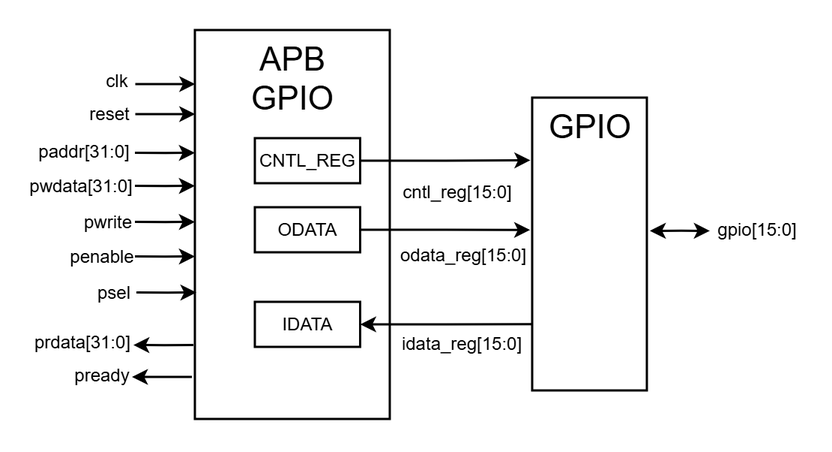
This is images/apb_gpio.png from taeseong-dev/apb-bus-peripherals, a draw.io export, as it was before one commit. Source tidied: cells renumbered, new cells last; positions are measured from the earlier drawing's top-left corner, leaving out a move shared by most shapes. The source it was exported from:
```xml
<mxGraphModel>
  <root>
    <mxCell id="0" />
    <mxCell id="1" parent="0" />
    <mxCell id="2" value="APB&lt;div&gt;GPIO&lt;/div&gt;" style="rounded=0;whiteSpace=wrap;html=1;fontSize=22;strokeWidth=1.5;verticalAlign=top;" parent="1" vertex="1">
      <mxGeometry x="91" width="130" height="259" as="geometry" />
    </mxCell>
    <mxCell id="3" style="edgeStyle=orthogonalEdgeStyle;rounded=0;orthogonalLoop=1;jettySize=auto;html=1;startArrow=none;startFill=0;strokeWidth=1.5;" parent="1" edge="1">
      <mxGeometry relative="1" as="geometry">
        <mxPoint x="51.2" y="36" as="sourcePoint" />
        <mxPoint x="91.2" y="36" as="targetPoint" />
      </mxGeometry>
    </mxCell>
    <mxCell id="4" style="edgeStyle=orthogonalEdgeStyle;rounded=0;orthogonalLoop=1;jettySize=auto;html=1;startArrow=none;startFill=0;strokeWidth=1.5;" parent="1" edge="1">
      <mxGeometry relative="1" as="geometry">
        <mxPoint x="51.2" y="56" as="sourcePoint" />
        <mxPoint x="91.2" y="56" as="targetPoint" />
      </mxGeometry>
    </mxCell>
    <mxCell id="5" value="clk" style="text;html=1;whiteSpace=wrap;strokeColor=none;fillColor=none;align=center;verticalAlign=middle;rounded=0;" parent="1" vertex="1">
      <mxGeometry x="24.2" y="19" width="30" height="30" as="geometry" />
    </mxCell>
    <mxCell id="6" value="reset" style="text;html=1;whiteSpace=wrap;strokeColor=none;fillColor=none;align=center;verticalAlign=middle;rounded=0;" parent="1" vertex="1">
      <mxGeometry x="19.2" y="41" width="30" height="30" as="geometry" />
    </mxCell>
    <mxCell id="7" value="paddr[31:0]" style="text;html=1;whiteSpace=wrap;strokeColor=none;fillColor=none;align=center;verticalAlign=middle;rounded=0;" parent="1" vertex="1">
      <mxGeometry x="2.2" y="66" width="30" height="30" as="geometry" />
    </mxCell>
    <mxCell id="8" value="pwdata[31:0]" style="text;html=1;whiteSpace=wrap;strokeColor=none;fillColor=none;align=center;verticalAlign=middle;rounded=0;" parent="1" vertex="1">
      <mxGeometry x="0.2" y="89" width="30" height="30" as="geometry" />
    </mxCell>
    <mxCell id="9" value="pwrite" style="text;html=1;whiteSpace=wrap;strokeColor=none;fillColor=none;align=center;verticalAlign=middle;rounded=0;" parent="1" vertex="1">
      <mxGeometry x="17.5" y="113" width="30" height="30" as="geometry" />
    </mxCell>
    <mxCell id="10" value="penable" style="text;html=1;whiteSpace=wrap;strokeColor=none;fillColor=none;align=center;verticalAlign=middle;rounded=0;" parent="1" vertex="1">
      <mxGeometry x="13.5" y="136" width="30" height="30" as="geometry" />
    </mxCell>
    <mxCell id="11" value="psel" style="text;html=1;whiteSpace=wrap;strokeColor=none;fillColor=none;align=center;verticalAlign=middle;rounded=0;" parent="1" vertex="1">
      <mxGeometry x="22" y="160" width="30" height="30" as="geometry" />
    </mxCell>
    <mxCell id="12" style="edgeStyle=orthogonalEdgeStyle;rounded=0;orthogonalLoop=1;jettySize=auto;html=1;startArrow=classic;startFill=1;strokeWidth=1.5;endArrow=none;endFill=0;" parent="1" edge="1">
      <mxGeometry relative="1" as="geometry">
        <mxPoint x="49" y="231" as="sourcePoint" />
        <mxPoint x="89" y="231" as="targetPoint" />
      </mxGeometry>
    </mxCell>
    <mxCell id="13" value="pready" style="text;html=1;whiteSpace=wrap;strokeColor=none;fillColor=none;align=center;verticalAlign=middle;rounded=0;" parent="1" vertex="1">
      <mxGeometry x="14.2" y="215" width="30" height="30" as="geometry" />
    </mxCell>
    <mxCell id="14" value="prdata[31:0]" style="text;html=1;whiteSpace=wrap;strokeColor=none;fillColor=none;align=center;verticalAlign=middle;rounded=0;" parent="1" vertex="1">
      <mxGeometry x="1.2" y="193" width="30" height="30" as="geometry" />
    </mxCell>
    <mxCell id="15" value="GPIO" style="rounded=0;whiteSpace=wrap;html=1;fontSize=22;strokeWidth=1.5;verticalAlign=top;" parent="1" vertex="1">
      <mxGeometry x="316" y="45" width="76.5" height="195" as="geometry" />
    </mxCell>
    <mxCell id="16" style="edgeStyle=orthogonalEdgeStyle;rounded=0;orthogonalLoop=1;jettySize=auto;html=1;startArrow=none;startFill=0;strokeWidth=1.5;" parent="1" edge="1">
      <mxGeometry relative="1" as="geometry">
        <mxPoint x="51" y="81.8" as="sourcePoint" />
        <mxPoint x="91" y="81.8" as="targetPoint" />
      </mxGeometry>
    </mxCell>
    <mxCell id="17" style="edgeStyle=orthogonalEdgeStyle;rounded=0;orthogonalLoop=1;jettySize=auto;html=1;startArrow=none;startFill=0;strokeWidth=1.5;" parent="1" edge="1">
      <mxGeometry relative="1" as="geometry">
        <mxPoint x="51" y="103.8" as="sourcePoint" />
        <mxPoint x="91" y="103.8" as="targetPoint" />
      </mxGeometry>
    </mxCell>
    <mxCell id="18" style="edgeStyle=orthogonalEdgeStyle;rounded=0;orthogonalLoop=1;jettySize=auto;html=1;startArrow=none;startFill=0;strokeWidth=1.5;" parent="1" edge="1">
      <mxGeometry relative="1" as="geometry">
        <mxPoint x="51" y="127.8" as="sourcePoint" />
        <mxPoint x="91" y="127.8" as="targetPoint" />
      </mxGeometry>
    </mxCell>
    <mxCell id="19" style="edgeStyle=orthogonalEdgeStyle;rounded=0;orthogonalLoop=1;jettySize=auto;html=1;startArrow=none;startFill=0;strokeWidth=1.5;" parent="1" edge="1">
      <mxGeometry relative="1" as="geometry">
        <mxPoint x="51" y="150.8" as="sourcePoint" />
        <mxPoint x="91" y="150.8" as="targetPoint" />
      </mxGeometry>
    </mxCell>
    <mxCell id="20" style="edgeStyle=orthogonalEdgeStyle;rounded=0;orthogonalLoop=1;jettySize=auto;html=1;startArrow=none;startFill=0;strokeWidth=1.5;" parent="1" edge="1">
      <mxGeometry relative="1" as="geometry">
        <mxPoint x="52" y="174.8" as="sourcePoint" />
        <mxPoint x="92" y="174.8" as="targetPoint" />
      </mxGeometry>
    </mxCell>
    <mxCell id="21" style="edgeStyle=orthogonalEdgeStyle;rounded=0;orthogonalLoop=1;jettySize=auto;html=1;startArrow=classic;startFill=1;strokeWidth=1.5;endArrow=none;endFill=0;" parent="1" edge="1">
      <mxGeometry relative="1" as="geometry">
        <mxPoint x="50" y="209.8" as="sourcePoint" />
        <mxPoint x="90" y="209.8" as="targetPoint" />
      </mxGeometry>
    </mxCell>
    <mxCell id="22" style="edgeStyle=orthogonalEdgeStyle;rounded=0;jettySize=auto;html=1;startArrow=none;startFill=0;strokeWidth=1.5;exitX=1;exitY=0.5;exitDx=0;exitDy=0;entryX=-0.016;entryY=0.214;entryDx=0;entryDy=0;entryPerimeter=0;" parent="1" edge="1" source="25" target="15">
      <mxGeometry relative="1" as="geometry" />
    </mxCell>
    <mxCell id="23" style="edgeStyle=orthogonalEdgeStyle;rounded=0;jettySize=auto;html=1;startArrow=none;startFill=0;strokeWidth=1.5;exitX=1;exitY=0.5;exitDx=0;exitDy=0;entryX=-0.018;entryY=0.452;entryDx=0;entryDy=0;entryPerimeter=0;" parent="1" edge="1" source="26" target="15">
      <mxGeometry relative="1" as="geometry" />
    </mxCell>
    <mxCell id="24" style="edgeStyle=orthogonalEdgeStyle;rounded=0;jettySize=auto;html=1;startArrow=classic;startFill=1;strokeWidth=1.5;endArrow=none;endFill=0;exitX=1;exitY=0.5;exitDx=0;exitDy=0;entryX=-0.003;entryY=0.774;entryDx=0;entryDy=0;entryPerimeter=0;" parent="1" edge="1" source="27" target="15">
      <mxGeometry relative="1" as="geometry" />
    </mxCell>
    <mxCell id="25" value="CNTL_REG" style="rounded=0;whiteSpace=wrap;html=1;strokeWidth=1.5;" parent="1" vertex="1">
      <mxGeometry x="131" y="72" width="70.2" height="30" as="geometry" />
    </mxCell>
    <mxCell id="26" value="ODATA" style="rounded=0;whiteSpace=wrap;html=1;strokeWidth=1.5;" parent="1" vertex="1">
      <mxGeometry x="131" y="118" width="70.2" height="30" as="geometry" />
    </mxCell>
    <mxCell id="27" value="IDATA" style="rounded=0;whiteSpace=wrap;html=1;strokeWidth=1.5;" parent="1" vertex="1">
      <mxGeometry x="131" y="181" width="70.2" height="30" as="geometry" />
    </mxCell>
    <mxCell id="28" style="edgeStyle=orthogonalEdgeStyle;rounded=0;orthogonalLoop=1;jettySize=auto;html=1;startArrow=classic;startFill=1;strokeWidth=1.5;endArrow=classic;endFill=1;exitX=1;exitY=0.5;exitDx=0;exitDy=0;" parent="1" edge="1">
      <mxGeometry relative="1" as="geometry">
        <mxPoint x="394.5" y="133.7" as="sourcePoint" />
        <mxPoint x="434.5" y="133.7" as="targetPoint" />
      </mxGeometry>
    </mxCell>
    <mxCell id="29" value="gpio[15:0]" style="text;html=1;whiteSpace=wrap;strokeColor=none;fillColor=none;align=center;verticalAlign=middle;rounded=0;" parent="1" vertex="1">
      <mxGeometry x="435.5" y="118" width="60" height="30" as="geometry" />
    </mxCell>
    <mxCell id="30" value="cntl_reg[15:0]" style="text;html=1;whiteSpace=wrap;strokeColor=none;fillColor=none;align=center;verticalAlign=middle;rounded=0;" parent="1" vertex="1">
      <mxGeometry x="236.2" y="99" width="60" height="17" as="geometry" />
    </mxCell>
    <mxCell id="31" value="odata_reg[15:0]" style="text;html=1;whiteSpace=wrap;strokeColor=none;fillColor=none;align=center;verticalAlign=middle;rounded=0;" parent="1" vertex="1">
      <mxGeometry x="240" y="139" width="60" height="21.5" as="geometry" />
    </mxCell>
    <mxCell id="32" value="idata_reg[15:0]" style="text;html=1;whiteSpace=wrap;strokeColor=none;fillColor=none;align=center;verticalAlign=middle;rounded=0;" parent="1" vertex="1">
      <mxGeometry x="238.5" y="194" width="60" height="30" as="geometry" />
    </mxCell>
  </root>
</mxGraphModel>
```
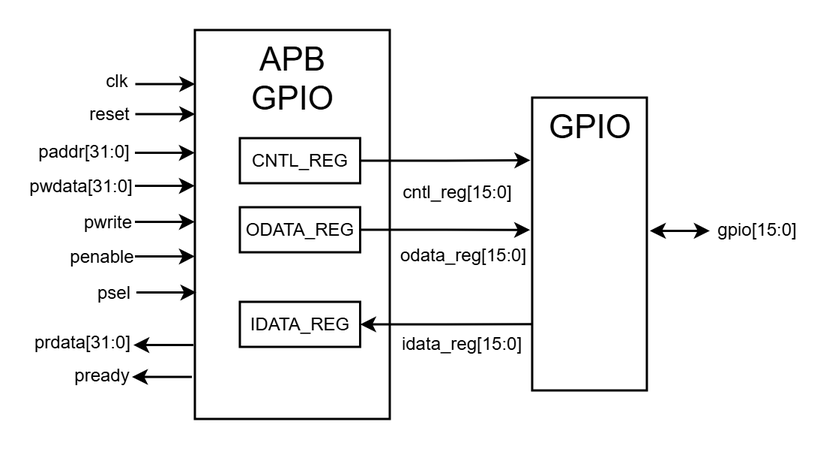
The same diagram one commit later.

Diff of the diagram source:
```diff
@@ -99,13 +99,13 @@
       <mxGeometry relative="1" as="geometry" />
     </mxCell>
     <mxCell id="25" value="CNTL_REG" style="rounded=0;whiteSpace=wrap;html=1;strokeWidth=1.5;" parent="1" vertex="1">
-      <mxGeometry x="131" y="72" width="70.2" height="30" as="geometry" />
+      <mxGeometry x="121" y="72" width="80.2" height="30" as="geometry" />
     </mxCell>
-    <mxCell id="26" value="ODATA" style="rounded=0;whiteSpace=wrap;html=1;strokeWidth=1.5;" parent="1" vertex="1">
-      <mxGeometry x="131" y="118" width="70.2" height="30" as="geometry" />
+    <mxCell id="26" value="ODATA_REG" style="rounded=0;whiteSpace=wrap;html=1;strokeWidth=1.5;" parent="1" vertex="1">
+      <mxGeometry x="121" y="118" width="80.2" height="30" as="geometry" />
     </mxCell>
-    <mxCell id="27" value="IDATA" style="rounded=0;whiteSpace=wrap;html=1;strokeWidth=1.5;" parent="1" vertex="1">
-      <mxGeometry x="131" y="181" width="70.2" height="30" as="geometry" />
+    <mxCell id="27" value="IDATA_REG" style="rounded=0;whiteSpace=wrap;html=1;strokeWidth=1.5;" parent="1" vertex="1">
+      <mxGeometry x="121" y="181" width="80.2" height="30" as="geometry" />
     </mxCell>
     <mxCell id="28" style="edgeStyle=orthogonalEdgeStyle;rounded=0;orthogonalLoop=1;jettySize=auto;html=1;startArrow=classic;startFill=1;strokeWidth=1.5;endArrow=classic;endFill=1;exitX=1;exitY=0.5;exitDx=0;exitDy=0;" parent="1" edge="1">
       <mxGeometry relative="1" as="geometry">
```
